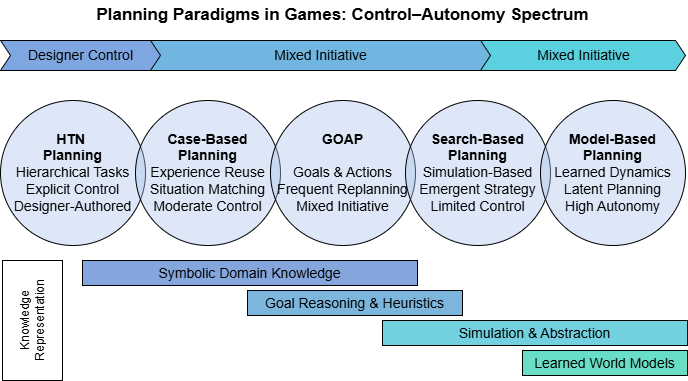
Above: figures/section6.png in SamBro2901/ai-planning-in-games (draw.io), before the change. Source tidied: cells renumbered, new cells last; positions are measured from the earlier drawing's top-left corner, leaving out a move shared by most shapes.
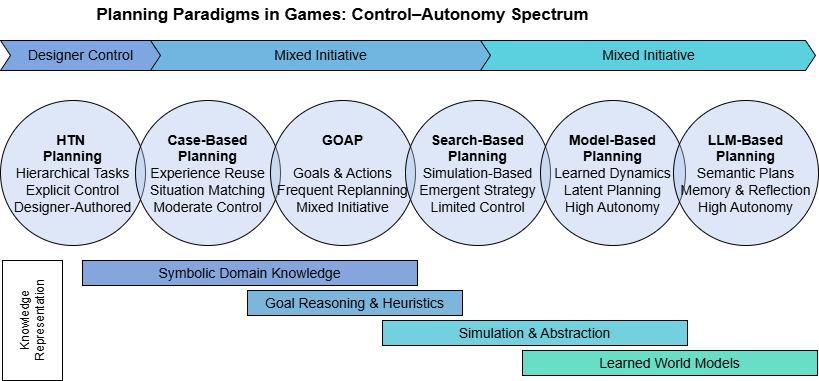
Later version of the same file.

Change to the diagram source:
```diff
@@ -5,35 +5,35 @@
     <mxCell id="2" value="Knowledge Representation" style="rounded=0;whiteSpace=wrap;html=1;rotation=-90;" parent="1" vertex="1">
       <mxGeometry y="290" width="120" height="60" as="geometry" />
     </mxCell>
-    <mxCell id="3" style="group;" parent="1" vertex="1">
-      <mxGeometry x="28" width="685" height="245" as="geometry" />
-    </mxCell>
+    <mxCell id="17" style="group;" parent="1" vertex="1">
+      <mxGeometry x="28" width="815" height="245" as="geometry" />
+    </mxCell>
-    <mxCell id="4" value="&lt;div&gt;&lt;font style=&quot;font-size: 17px;&quot;&gt;&lt;b&gt;Planning Paradigms in Games: Control–Autonomy Spectrum&lt;/b&gt;&lt;/font&gt;&lt;/div&gt;" style="text;html=1;whiteSpace=wrap;strokeColor=none;fillColor=none;align=center;verticalAlign=middle;rounded=0;" parent="3" vertex="1">
+    <mxCell id="4" value="&lt;div&gt;&lt;font style=&quot;font-size: 17px;&quot;&gt;&lt;b&gt;Planning Paradigms in Games: Control–Autonomy Spectrum&lt;/b&gt;&lt;/font&gt;&lt;/div&gt;" style="text;html=1;whiteSpace=wrap;strokeColor=none;fillColor=none;align=center;verticalAlign=middle;rounded=0;" parent="17" vertex="1">
       <mxGeometry x="65" width="555" height="30" as="geometry" />
     </mxCell>
-    <mxCell id="5" value="&lt;b&gt;&lt;font style=&quot;font-size: 14px;&quot;&gt;HTN&amp;nbsp;&lt;/font&gt;&lt;/b&gt;&lt;div&gt;&lt;b&gt;&lt;font style=&quot;font-size: 14px;&quot;&gt;Planning&lt;/font&gt;&lt;/b&gt;&lt;div&gt;&lt;div&gt;&lt;font style=&quot;font-size: 14px;&quot;&gt;Hierarchical Tasks&lt;/font&gt;&lt;/div&gt;&lt;div&gt;&lt;font style=&quot;font-size: 14px;&quot;&gt;Explicit Control&lt;/font&gt;&lt;/div&gt;&lt;div&gt;&lt;font style=&quot;font-size: 14px;&quot;&gt;Designer-Authored&lt;/font&gt;&lt;/div&gt;&lt;/div&gt;&lt;/div&gt;" style="ellipse;whiteSpace=wrap;html=1;fillColor=#A9C4EB66;" parent="3" vertex="1">
+    <mxCell id="5" value="&lt;b&gt;&lt;font style=&quot;font-size: 14px;&quot;&gt;HTN&amp;nbsp;&lt;/font&gt;&lt;/b&gt;&lt;div&gt;&lt;b&gt;&lt;font style=&quot;font-size: 14px;&quot;&gt;Planning&lt;/font&gt;&lt;/b&gt;&lt;div&gt;&lt;div&gt;&lt;font style=&quot;font-size: 14px;&quot;&gt;Hierarchical Tasks&lt;/font&gt;&lt;/div&gt;&lt;div&gt;&lt;font style=&quot;font-size: 14px;&quot;&gt;Explicit Control&lt;/font&gt;&lt;/div&gt;&lt;div&gt;&lt;font style=&quot;font-size: 14px;&quot;&gt;Designer-Authored&lt;/font&gt;&lt;/div&gt;&lt;/div&gt;&lt;/div&gt;" style="ellipse;whiteSpace=wrap;html=1;fillColor=#A9C4EB66;" parent="17" vertex="1">
       <mxGeometry y="100" width="145" height="145" as="geometry" />
     </mxCell>
-    <mxCell id="6" value="&lt;b&gt;&lt;font style=&quot;font-size: 14px;&quot;&gt;Case-Based Planning&lt;/font&gt;&lt;/b&gt;&lt;div&gt;&lt;div&gt;&lt;span style=&quot;font-size: 14px;&quot;&gt;Experience Reuse&lt;/span&gt;&lt;/div&gt;&lt;div&gt;&lt;span style=&quot;font-size: 14px;&quot;&gt;Situation Matching&lt;/span&gt;&lt;/div&gt;&lt;div&gt;&lt;span style=&quot;font-size: 14px;&quot;&gt;Moderate Control&lt;/span&gt;&lt;/div&gt;&lt;/div&gt;" style="ellipse;whiteSpace=wrap;html=1;fillColor=#A9C4EB66;" parent="3" vertex="1">
+    <mxCell id="6" value="&lt;b&gt;&lt;font style=&quot;font-size: 14px;&quot;&gt;Case-Based Planning&lt;/font&gt;&lt;/b&gt;&lt;div&gt;&lt;div&gt;&lt;span style=&quot;font-size: 14px;&quot;&gt;Experience Reuse&lt;/span&gt;&lt;/div&gt;&lt;div&gt;&lt;span style=&quot;font-size: 14px;&quot;&gt;Situation Matching&lt;/span&gt;&lt;/div&gt;&lt;div&gt;&lt;span style=&quot;font-size: 14px;&quot;&gt;Moderate Control&lt;/span&gt;&lt;/div&gt;&lt;/div&gt;" style="ellipse;whiteSpace=wrap;html=1;fillColor=#A9C4EB66;" parent="17" vertex="1">
       <mxGeometry x="135" y="100" width="145" height="145" as="geometry" />
     </mxCell>
-    <mxCell id="7" value="&lt;span style=&quot;font-size: 14px;&quot;&gt;&lt;b&gt;GOAP&lt;/b&gt;&lt;/span&gt;&lt;div&gt;&lt;span style=&quot;font-size: 14px;&quot;&gt;&lt;b&gt;&lt;br&gt;&lt;/b&gt;&lt;/span&gt;&lt;div&gt;&lt;div&gt;&lt;div&gt;&lt;span style=&quot;font-size: 14px;&quot;&gt;Goals &amp;amp; Actions&lt;/span&gt;&lt;/div&gt;&lt;div&gt;&lt;span style=&quot;font-size: 14px;&quot;&gt;Frequent Replanning&lt;/span&gt;&lt;/div&gt;&lt;div&gt;&lt;span style=&quot;font-size: 14px;&quot;&gt;Mixed Initiative&lt;/span&gt;&lt;/div&gt;&lt;/div&gt;&lt;/div&gt;&lt;/div&gt;" style="ellipse;whiteSpace=wrap;html=1;fillColor=#A9C4EB66;" parent="3" vertex="1">
+    <mxCell id="7" value="&lt;span style=&quot;font-size: 14px;&quot;&gt;&lt;b&gt;GOAP&lt;/b&gt;&lt;/span&gt;&lt;div&gt;&lt;span style=&quot;font-size: 14px;&quot;&gt;&lt;b&gt;&lt;br&gt;&lt;/b&gt;&lt;/span&gt;&lt;div&gt;&lt;div&gt;&lt;div&gt;&lt;span style=&quot;font-size: 14px;&quot;&gt;Goals &amp;amp; Actions&lt;/span&gt;&lt;/div&gt;&lt;div&gt;&lt;span style=&quot;font-size: 14px;&quot;&gt;Frequent Replanning&lt;/span&gt;&lt;/div&gt;&lt;div&gt;&lt;span style=&quot;font-size: 14px;&quot;&gt;Mixed Initiative&lt;/span&gt;&lt;/div&gt;&lt;/div&gt;&lt;/div&gt;&lt;/div&gt;" style="ellipse;whiteSpace=wrap;html=1;fillColor=#A9C4EB66;" parent="17" vertex="1">
       <mxGeometry x="270" y="100" width="145" height="145" as="geometry" />
     </mxCell>
-    <mxCell id="8" value="&lt;b&gt;&lt;font style=&quot;font-size: 14px;&quot;&gt;Search-Based Planning&lt;/font&gt;&lt;/b&gt;&lt;div&gt;&lt;div&gt;&lt;span style=&quot;font-size: 14px;&quot;&gt;Simulation-Based&lt;/span&gt;&lt;/div&gt;&lt;div&gt;&lt;span style=&quot;font-size: 14px;&quot;&gt;Emergent Strategy&lt;/span&gt;&lt;/div&gt;&lt;div&gt;&lt;span style=&quot;font-size: 14px;&quot;&gt;Limited Control&lt;/span&gt;&lt;/div&gt;&lt;/div&gt;" style="ellipse;whiteSpace=wrap;html=1;fillColor=#A9C4EB66;" parent="3" vertex="1">
+    <mxCell id="8" value="&lt;b&gt;&lt;font style=&quot;font-size: 14px;&quot;&gt;Search-Based Planning&lt;/font&gt;&lt;/b&gt;&lt;div&gt;&lt;div&gt;&lt;span style=&quot;font-size: 14px;&quot;&gt;Simulation-Based&lt;/span&gt;&lt;/div&gt;&lt;div&gt;&lt;span style=&quot;font-size: 14px;&quot;&gt;Emergent Strategy&lt;/span&gt;&lt;/div&gt;&lt;div&gt;&lt;span style=&quot;font-size: 14px;&quot;&gt;Limited Control&lt;/span&gt;&lt;/div&gt;&lt;/div&gt;" style="ellipse;whiteSpace=wrap;html=1;fillColor=#A9C4EB66;" parent="17" vertex="1">
       <mxGeometry x="405" y="100" width="145" height="145" as="geometry" />
     </mxCell>
-    <mxCell id="9" value="&lt;b&gt;&lt;font style=&quot;font-size: 14px;&quot;&gt;Model-Based Planning&lt;/font&gt;&lt;/b&gt;&lt;div&gt;&lt;div&gt;&lt;span style=&quot;font-size: 14px;&quot;&gt;Learned Dynamics&lt;/span&gt;&lt;/div&gt;&lt;div&gt;&lt;span style=&quot;font-size: 14px;&quot;&gt;Latent Planning&lt;/span&gt;&lt;/div&gt;&lt;div&gt;&lt;span style=&quot;font-size: 14px;&quot;&gt;High Autonomy&lt;/span&gt;&lt;/div&gt;&lt;/div&gt;" style="ellipse;whiteSpace=wrap;html=1;fillColor=#A9C4EB66;" parent="3" vertex="1">
+    <mxCell id="9" value="&lt;b&gt;&lt;font style=&quot;font-size: 14px;&quot;&gt;Model-Based Planning&lt;/font&gt;&lt;/b&gt;&lt;div&gt;&lt;div&gt;&lt;span style=&quot;font-size: 14px;&quot;&gt;Learned Dynamics&lt;/span&gt;&lt;/div&gt;&lt;div&gt;&lt;span style=&quot;font-size: 14px;&quot;&gt;Latent Planning&lt;/span&gt;&lt;/div&gt;&lt;div&gt;&lt;span style=&quot;font-size: 14px;&quot;&gt;High Autonomy&lt;/span&gt;&lt;/div&gt;&lt;/div&gt;" style="ellipse;whiteSpace=wrap;html=1;fillColor=#A9C4EB66;" parent="17" vertex="1">
       <mxGeometry x="540" y="100" width="145" height="145" as="geometry" />
     </mxCell>
-    <mxCell id="10" value="&lt;font style=&quot;font-size: 14px;&quot;&gt;Designer Control&lt;/font&gt;" style="html=1;shadow=0;dashed=0;align=center;verticalAlign=middle;shape=mxgraph.arrows2.arrow;dy=0;dx=10;notch=10;fillColor=#7EA6E0;" parent="3" vertex="1">
+    <mxCell id="10" value="&lt;font style=&quot;font-size: 14px;&quot;&gt;Designer Control&lt;/font&gt;" style="html=1;shadow=0;dashed=0;align=center;verticalAlign=middle;shape=mxgraph.arrows2.arrow;dy=0;dx=10;notch=10;fillColor=#7EA6E0;" parent="17" vertex="1">
       <mxGeometry y="40" width="160" height="30" as="geometry" />
     </mxCell>
-    <mxCell id="11" value="&lt;font style=&quot;font-size: 14px;&quot;&gt;Mixed Initiative&lt;/font&gt;" style="html=1;shadow=0;dashed=0;align=center;verticalAlign=middle;shape=mxgraph.arrows2.arrow;dy=0;dx=10;notch=10;fillColor=#71B6E0;" parent="3" vertex="1">
+    <mxCell id="11" value="&lt;font style=&quot;font-size: 14px;&quot;&gt;Mixed Initiative&lt;/font&gt;" style="html=1;shadow=0;dashed=0;align=center;verticalAlign=middle;shape=mxgraph.arrows2.arrow;dy=0;dx=10;notch=10;fillColor=#71B6E0;" parent="17" vertex="1">
       <mxGeometry x="150" y="40" width="340" height="30" as="geometry" />
     </mxCell>
-    <mxCell id="12" value="&lt;font style=&quot;font-size: 14px;&quot;&gt;Mixed Initiative&lt;/font&gt;" style="html=1;shadow=0;dashed=0;align=center;verticalAlign=middle;shape=mxgraph.arrows2.arrow;dy=0;dx=10;notch=10;fillColor=#5BD1E0;" parent="3" vertex="1">
-      <mxGeometry x="480" y="40" width="205" height="30" as="geometry" />
+    <mxCell id="12" value="&lt;font style=&quot;font-size: 14px;&quot;&gt;Mixed Initiative&lt;/font&gt;" style="html=1;shadow=0;dashed=0;align=center;verticalAlign=middle;shape=mxgraph.arrows2.arrow;dy=0;dx=10;notch=10;fillColor=#5BD1E0;" parent="17" vertex="1">
+      <mxGeometry x="480" y="40" width="335" height="30" as="geometry" />
     </mxCell>
     <mxCell id="13" value="&lt;font style=&quot;font-size: 14px;&quot;&gt;Symbolic Domain Knowledge&lt;/font&gt;" style="rounded=0;whiteSpace=wrap;html=1;fillColor=light-dark(#85a6dc, #ededed);" parent="1" vertex="1">
       <mxGeometry x="110" y="260" width="335" height="25" as="geometry" />
@@ -45,7 +45,10 @@
       <mxGeometry x="410" y="320" width="305" height="25" as="geometry" />
     </mxCell>
     <mxCell id="16" value="&lt;font style=&quot;font-size: 14px;&quot;&gt;Learned World Models&lt;/font&gt;" style="rounded=0;whiteSpace=wrap;html=1;fillColor=light-dark(#69DEC6,#EDEDED);" parent="1" vertex="1">
-      <mxGeometry x="550" y="350" width="165" height="25" as="geometry" />
+      <mxGeometry x="550" y="350" width="295" height="25" as="geometry" />
     </mxCell>
+    <mxCell id="18" value="&lt;span style=&quot;font-size: 14px;&quot;&gt;&lt;b&gt;LLM-Based&lt;/b&gt;&lt;/span&gt;&lt;div&gt;&lt;span style=&quot;font-size: 14px;&quot;&gt;&lt;b&gt;Planning&lt;/b&gt;&lt;/span&gt;&lt;div&gt;&lt;span style=&quot;font-size: 14px;&quot;&gt;Semantic Plans&lt;/span&gt;&lt;/div&gt;&lt;div&gt;&lt;span style=&quot;font-size: 14px;&quot;&gt;Memory &amp;amp; Reflection&lt;/span&gt;&lt;/div&gt;&lt;div&gt;&lt;span style=&quot;font-size: 14px;&quot;&gt;High Autonomy&lt;/span&gt;&lt;/div&gt;&lt;/div&gt;" style="ellipse;whiteSpace=wrap;html=1;fillColor=#A9C4EB66;" parent="1" vertex="1">
+      <mxGeometry x="701" y="100" width="145" height="145" as="geometry" />
+    </mxCell>
   </root>
 </mxGraphModel>
```
